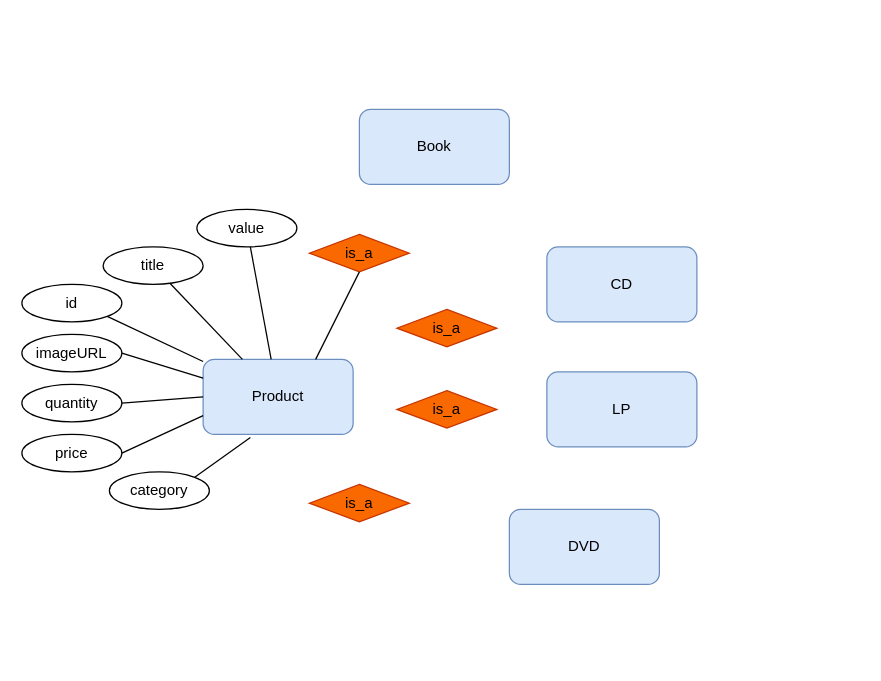
The draw.io diagram ERD.drawio in sonhtx/TKXDPM.KHMT.20231-20, before the edit. Source tidied: cells renumbered, new cells numbered last; positions are measured from the earlier drawing's top-left corner, leaving out a move shared by most shapes. Both pictures are drawn from the tidied source at 125%, with x=0, y=0 at pixel (21, 109).
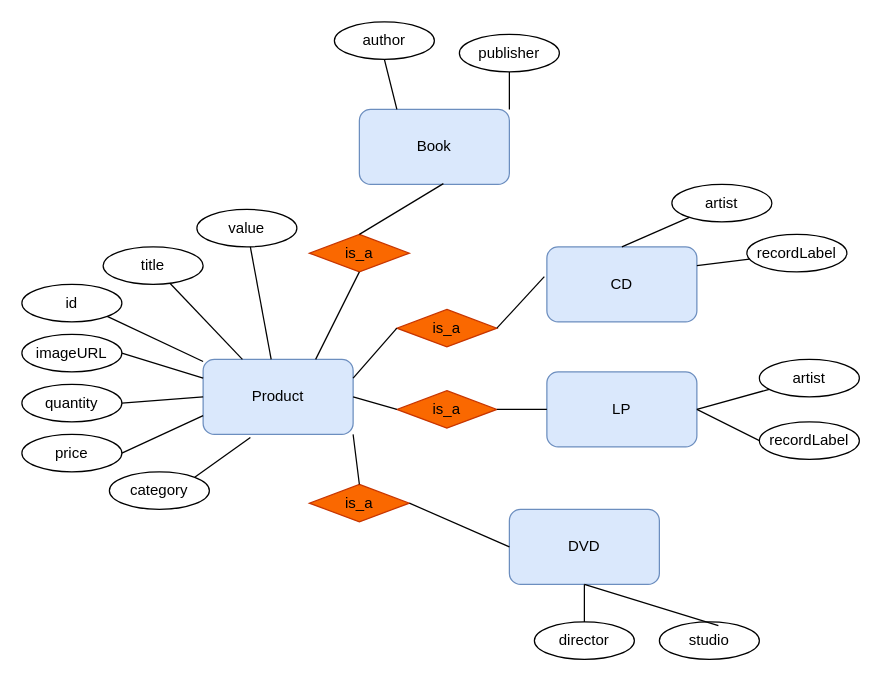
The same page after the edit.

The change refers to these unchanged cells:
```xml
<mxCell id="2" value="Product&lt;br&gt;" style="rounded=1;whiteSpace=wrap;html=1;fillColor=#dae8fc;strokeColor=#6c8ebf;" parent="1" vertex="1">
  <mxGeometry x="145" y="200" width="120" height="60" as="geometry" />
</mxCell>
<mxCell id="3" value="DVD" style="rounded=1;whiteSpace=wrap;html=1;fillColor=#dae8fc;strokeColor=#6c8ebf;" parent="1" vertex="1">
  <mxGeometry x="390" y="320" width="120" height="60" as="geometry" />
</mxCell>
<mxCell id="4" value="LP" style="rounded=1;whiteSpace=wrap;html=1;fillColor=#dae8fc;strokeColor=#6c8ebf;" parent="1" vertex="1">
  <mxGeometry x="420" y="210" width="120" height="60" as="geometry" />
</mxCell>
<mxCell id="5" value="CD" style="rounded=1;whiteSpace=wrap;html=1;fillColor=#dae8fc;strokeColor=#6c8ebf;" parent="1" vertex="1">
  <mxGeometry x="420" y="110" width="120" height="60" as="geometry" />
</mxCell>
<mxCell id="6" value="Book&lt;br&gt;" style="rounded=1;whiteSpace=wrap;html=1;fillColor=#dae8fc;strokeColor=#6c8ebf;" parent="1" vertex="1">
  <mxGeometry x="270" width="120" height="60" as="geometry" />
</mxCell>
<mxCell id="21" value="is_a" style="rhombus;whiteSpace=wrap;html=1;fillColor=#FA6800;fontColor=#000000;strokeColor=#C73500;" parent="1" vertex="1">
  <mxGeometry x="230" y="100" width="80" height="30" as="geometry" />
</mxCell>
<mxCell id="22" value="is_a" style="rhombus;whiteSpace=wrap;html=1;fillColor=#FA6800;fontColor=#000000;strokeColor=#C73500;" parent="1" vertex="1">
  <mxGeometry x="300" y="160" width="80" height="30" as="geometry" />
</mxCell>
<mxCell id="23" value="is_a" style="rhombus;whiteSpace=wrap;html=1;fillColor=#FA6800;fontColor=#000000;strokeColor=#C73500;" parent="1" vertex="1">
  <mxGeometry x="300" y="225" width="80" height="30" as="geometry" />
</mxCell>
<mxCell id="24" value="is_a" style="rhombus;whiteSpace=wrap;html=1;fillColor=#FA6800;fontColor=#000000;strokeColor=#C73500;" parent="1" vertex="1">
  <mxGeometry x="230" y="300" width="80" height="30" as="geometry" />
</mxCell>
```

The edit, as a diff of the source:
```diff
@@
+    <mxCell id="26" style="endArrow=none;html=1;rounded=0;exitX=1;exitY=0.25;exitDx=0;exitDy=0;entryX=0;entryY=0.5;entryDx=0;entryDy=0;" parent="1" edge="1" source="2" target="22">
+      <mxGeometry relative="1" as="geometry" />
+    </mxCell>
+    <mxCell id="27" style="endArrow=none;html=1;rounded=0;exitX=1;exitY=0.5;exitDx=0;exitDy=0;" parent="1" edge="1" source="2">
+      <mxGeometry relative="1" as="geometry">
+        <mxPoint x="300" y="240" as="targetPoint" />
+      </mxGeometry>
+    </mxCell>
+    <mxCell id="28" style="endArrow=none;html=1;rounded=0;exitX=1;exitY=1;exitDx=0;exitDy=0;entryX=0.5;entryY=0;entryDx=0;entryDy=0;" parent="1" edge="1" source="2" target="24">
+      <mxGeometry relative="1" as="geometry" />
+    </mxCell>
+    <mxCell id="29" style="endArrow=none;html=1;rounded=0;exitX=1;exitY=0.5;exitDx=0;exitDy=0;entryX=0;entryY=0.5;entryDx=0;entryDy=0;" parent="1" edge="1" source="24" target="3">
+      <mxGeometry relative="1" as="geometry" />
+    </mxCell>
+    <mxCell id="30" style="endArrow=none;html=1;rounded=0;exitX=1;exitY=0.5;exitDx=0;exitDy=0;" parent="1" edge="1" source="23" target="4">
+      <mxGeometry relative="1" as="geometry" />
+    </mxCell>
+    <mxCell id="31" style="endArrow=none;html=1;rounded=0;exitX=1;exitY=0.5;exitDx=0;exitDy=0;entryX=-0.017;entryY=0.397;entryDx=0;entryDy=0;entryPerimeter=0;" parent="1" edge="1" source="22" target="5">
+      <mxGeometry relative="1" as="geometry" />
+    </mxCell>
+    <mxCell id="32" style="endArrow=none;html=1;rounded=0;exitX=0.5;exitY=0;exitDx=0;exitDy=0;entryX=0.56;entryY=0.99;entryDx=0;entryDy=0;entryPerimeter=0;" parent="1" edge="1" source="21" target="6">
+      <mxGeometry relative="1" as="geometry" />
+    </mxCell>
+    <mxCell id="33" value="publisher" style="ellipse;whiteSpace=wrap;html=1;" parent="1" vertex="1">
+      <mxGeometry x="350" y="-60" width="80" height="30" as="geometry" />
+    </mxCell>
+    <mxCell id="34" value="author" style="ellipse;whiteSpace=wrap;html=1;" parent="1" vertex="1">
+      <mxGeometry x="250" y="-70" width="80" height="30" as="geometry" />
+    </mxCell>
+    <mxCell id="35" value="recordLabel" style="ellipse;whiteSpace=wrap;html=1;" parent="1" vertex="1">
+      <mxGeometry x="590" y="250" width="80" height="30" as="geometry" />
+    </mxCell>
+    <mxCell id="36" value="artist" style="ellipse;whiteSpace=wrap;html=1;" parent="1" vertex="1">
+      <mxGeometry x="590" y="200" width="80" height="30" as="geometry" />
+    </mxCell>
+    <mxCell id="37" value="recordLabel" style="ellipse;whiteSpace=wrap;html=1;" parent="1" vertex="1">
+      <mxGeometry x="580" y="100" width="80" height="30" as="geometry" />
+    </mxCell>
+    <mxCell id="38" value="artist" style="ellipse;whiteSpace=wrap;html=1;" parent="1" vertex="1">
+      <mxGeometry x="520" y="60" width="80" height="30" as="geometry" />
+    </mxCell>
+    <mxCell id="39" value="director" style="ellipse;whiteSpace=wrap;html=1;" parent="1" vertex="1">
+      <mxGeometry x="410" y="410" width="80" height="30" as="geometry" />
+    </mxCell>
+    <mxCell id="40" value="studio" style="ellipse;whiteSpace=wrap;html=1;" parent="1" vertex="1">
+      <mxGeometry x="510" y="410" width="80" height="30" as="geometry" />
+    </mxCell>
+    <mxCell id="41" style="endArrow=none;html=1;rounded=0;exitX=0.25;exitY=0;exitDx=0;exitDy=0;entryX=0.5;entryY=1;entryDx=0;entryDy=0;" parent="1" edge="1" source="6" target="34">
+      <mxGeometry relative="1" as="geometry" />
+    </mxCell>
+    <mxCell id="42" style="endArrow=none;html=1;rounded=0;exitX=1;exitY=0;exitDx=0;exitDy=0;" parent="1" edge="1" source="6" target="33">
+      <mxGeometry relative="1" as="geometry" />
+    </mxCell>
+    <mxCell id="43" style="endArrow=none;html=1;rounded=0;exitX=0.5;exitY=0;exitDx=0;exitDy=0;" parent="1" edge="1" source="5" target="38">
+      <mxGeometry relative="1" as="geometry" />
+    </mxCell>
+    <mxCell id="44" style="endArrow=none;html=1;rounded=0;exitX=1;exitY=0.25;exitDx=0;exitDy=0;" parent="1" edge="1" source="5" target="37">
+      <mxGeometry relative="1" as="geometry" />
+    </mxCell>
+    <mxCell id="45" style="endArrow=none;html=1;rounded=0;exitX=1;exitY=0.5;exitDx=0;exitDy=0;" parent="1" edge="1" source="4" target="36">
+      <mxGeometry relative="1" as="geometry" />
+    </mxCell>
+    <mxCell id="46" style="endArrow=none;html=1;rounded=0;exitX=1;exitY=0.5;exitDx=0;exitDy=0;entryX=0;entryY=0.5;entryDx=0;entryDy=0;" parent="1" edge="1" source="4" target="35">
+      <mxGeometry relative="1" as="geometry" />
+    </mxCell>
+    <mxCell id="47" style="endArrow=none;html=1;rounded=0;entryX=0.5;entryY=1;entryDx=0;entryDy=0;exitX=0.5;exitY=0;exitDx=0;exitDy=0;" parent="1" edge="1" source="39" target="3">
+      <mxGeometry relative="1" as="geometry" />
+    </mxCell>
+    <mxCell id="48" style="endArrow=none;html=1;rounded=0;entryX=0.5;entryY=1;entryDx=0;entryDy=0;exitX=0.59;exitY=0.1;exitDx=0;exitDy=0;exitPerimeter=0;" parent="1" edge="1" source="40" target="3">
+      <mxGeometry relative="1" as="geometry" />
+    </mxCell>
```
